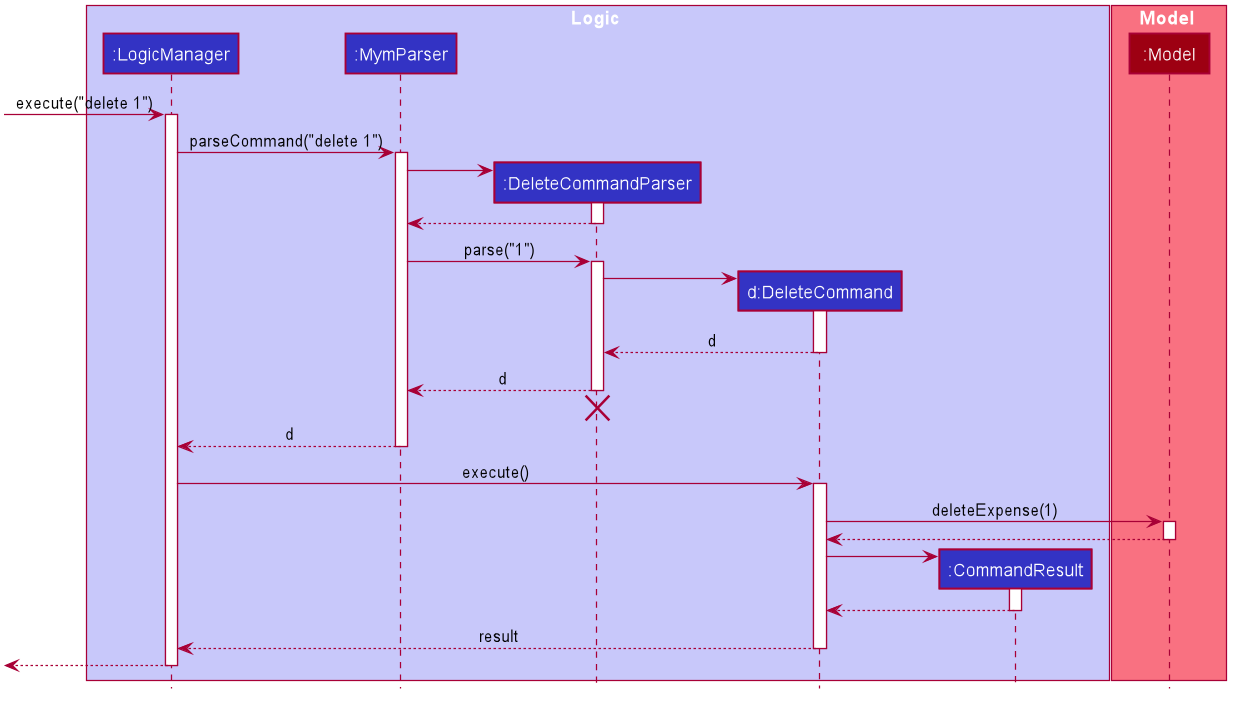
The PlantUML diagram images/DeleteSequenceDiagram.png in AY1920S1-CS2103-T14-4/main, before a commit.
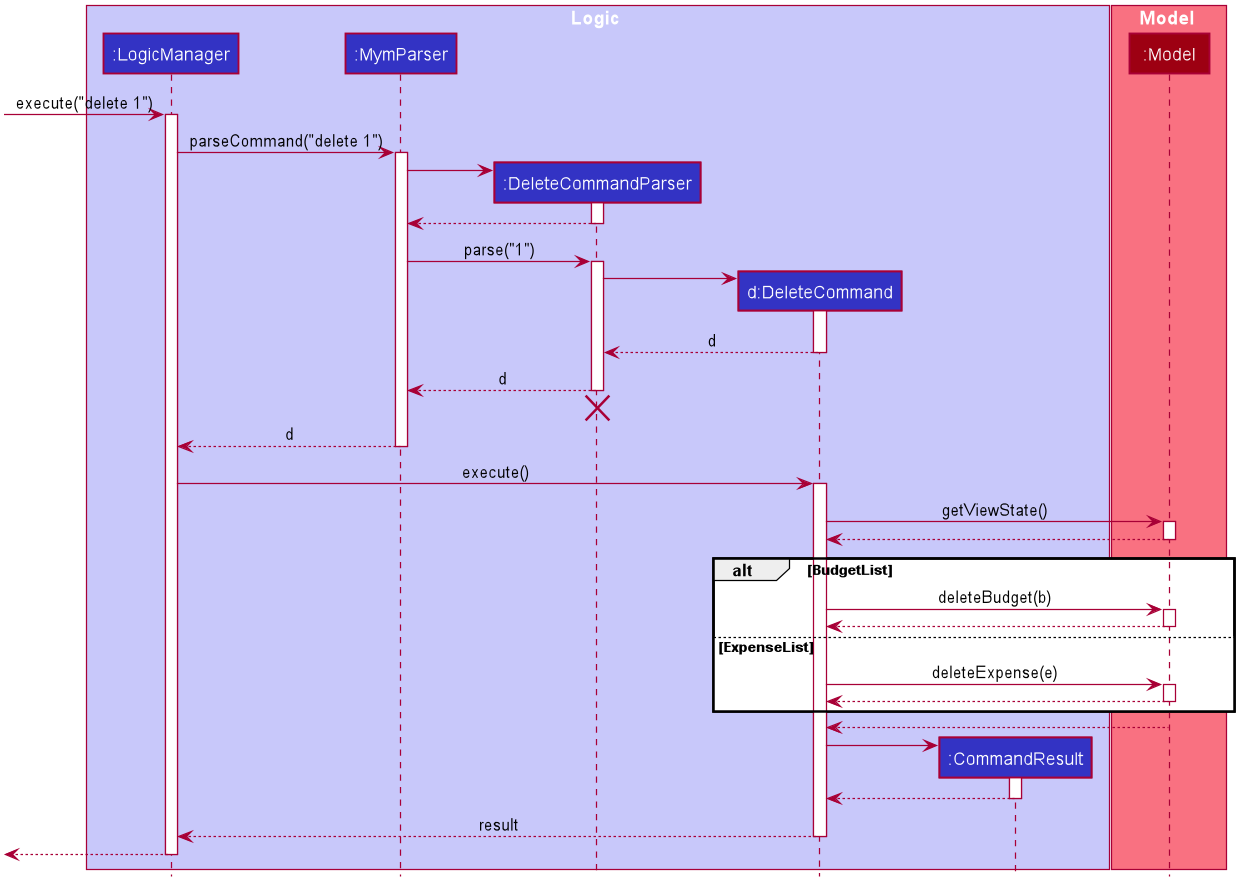
The same diagram one commit later.

The edit, as a diff of the source:
```diff
@@ -94,8 +94,23 @@
 LogicManager -> DeleteCommand : execute()
 activate DeleteCommand
 
-DeleteCommand -> Model : deleteExpense(1)
+DeleteCommand -> Model : getViewState()
 activate Model
+Model --> DeleteCommand
+deactivate Model
+
+alt BudgetList
+DeleteCommand -> Model : deleteBudget(b)
+activate Model
+Model --> DeleteCommand
+deactivate Model
+
+else ExpenseList
+DeleteCommand -> Model : deleteExpense(e)
+activate Model
+Model --> DeleteCommand
+deactivate Model
+end
 
 Model --> DeleteCommand
 deactivate Model
```
